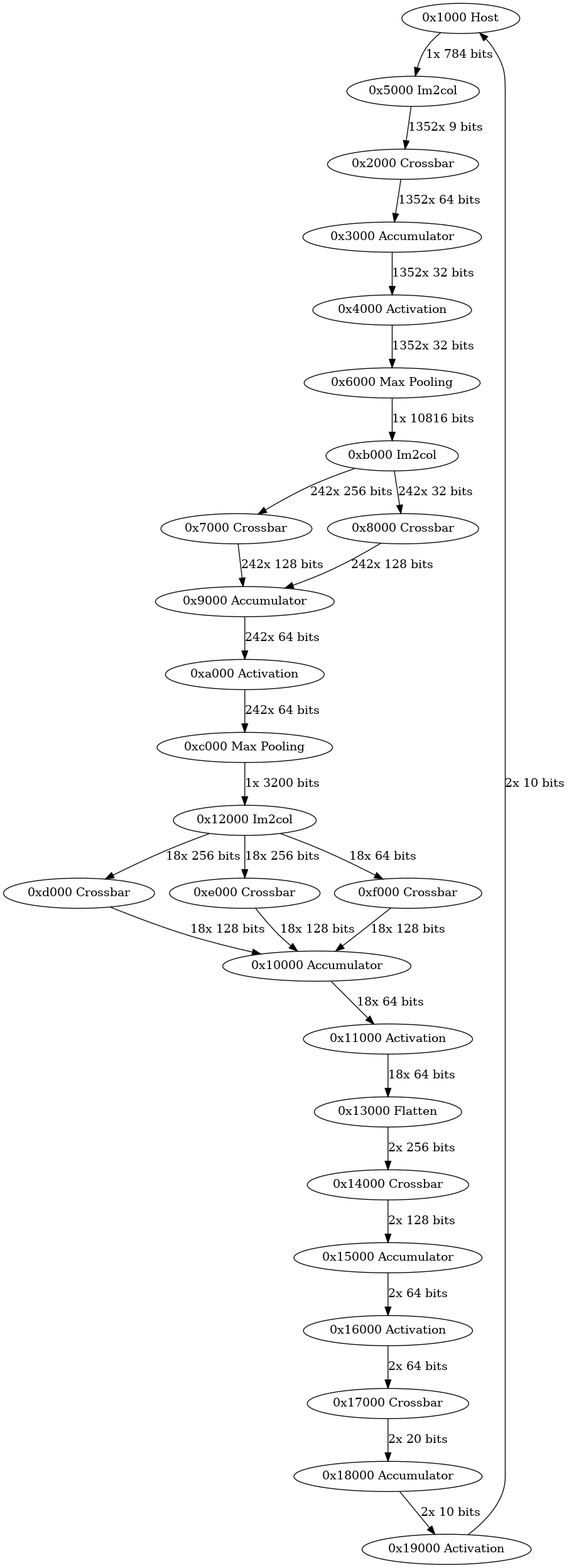
Before: network.png, a diagram exported from Graphviz (Zz-sev-point/IC_SIM). Its source is kept beside it as network.dot. Source of this version:
```dot
digraph InterconnectGraph {
  "0x1000 Host" -> "0x5000 Im2col" [label="1x 784 bits"];
  "0x5000 Im2col" -> "0x2000 Crossbar" [label="1352x 9 bits"];
  "0x2000 Crossbar" -> "0x3000 Accumulator" [label="1352x 64 bits"];
  "0x3000 Accumulator" -> "0x4000 Activation" [label="1352x 32 bits"];
  "0x4000 Activation" -> "0x6000 Max Pooling" [label="1352x 32 bits"];
  "0x6000 Max Pooling" -> "0xb000 Im2col" [label="1x 10816 bits"];
  "0xb000 Im2col" -> "0x7000 Crossbar" [label="242x 256 bits"];
  "0xb000 Im2col" -> "0x8000 Crossbar" [label="242x 32 bits"];
  "0x7000 Crossbar" -> "0x9000 Accumulator" [label="242x 128 bits"];
  "0x8000 Crossbar" -> "0x9000 Accumulator" [label="242x 128 bits"];
  "0x9000 Accumulator" -> "0xa000 Activation" [label="242x 64 bits"];
  "0xa000 Activation" -> "0xc000 Max Pooling" [label="242x 64 bits"];
  "0xc000 Max Pooling" -> "0x12000 Im2col" [label="1x 3200 bits"];
  "0x12000 Im2col" -> "0xd000 Crossbar" [label="18x 256 bits"];
  "0x12000 Im2col" -> "0xe000 Crossbar" [label="18x 256 bits"];
  "0x12000 Im2col" -> "0xf000 Crossbar" [label="18x 64 bits"];
  "0xd000 Crossbar" -> "0x10000 Accumulator" [label="18x 128 bits"];
  "0xe000 Crossbar" -> "0x10000 Accumulator" [label="18x 128 bits"];
  "0xf000 Crossbar" -> "0x10000 Accumulator" [label="18x 128 bits"];
  "0x10000 Accumulator" -> "0x11000 Activation" [label="18x 64 bits"];
  "0x11000 Activation" -> "0x13000 Flatten" [label="18x 64 bits"];
  "0x13000 Flatten" -> "0x14000 Crossbar" [label="2x 256 bits"];
  "0x14000 Crossbar" -> "0x15000 Accumulator" [label="2x 128 bits"];
  "0x15000 Accumulator" -> "0x16000 Activation" [label="2x 64 bits"];
  "0x16000 Activation" -> "0x17000 Crossbar" [label="2x 64 bits"];
  "0x17000 Crossbar" -> "0x18000 Accumulator" [label="2x 20 bits"];
  "0x18000 Accumulator" -> "0x19000 Activation" [label="2x 10 bits"];
  "0x19000 Activation" -> "0x1000 Host" [label="2x 10 bits"];
}
```
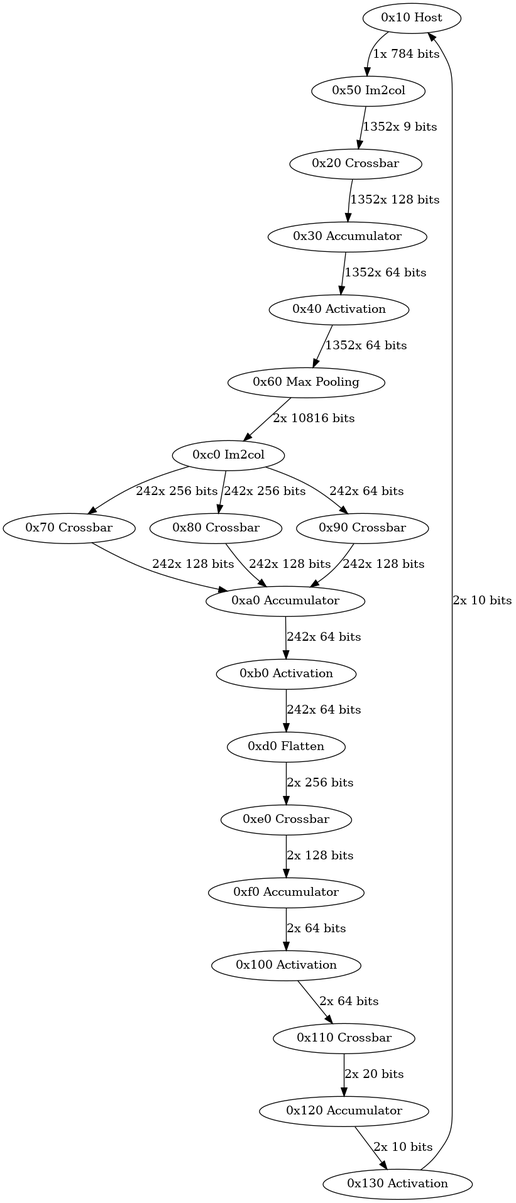
After the change.

Diff of the diagram source:
```diff
@@ -1,30 +1,23 @@
 digraph InterconnectGraph {
-  "0x1000 Host" -> "0x5000 Im2col" [label="1x 784 bits"];
-  "0x5000 Im2col" -> "0x2000 Crossbar" [label="1352x 9 bits"];
-  "0x2000 Crossbar" -> "0x3000 Accumulator" [label="1352x 64 bits"];
-  "0x3000 Accumulator" -> "0x4000 Activation" [label="1352x 32 bits"];
-  "0x4000 Activation" -> "0x6000 Max Pooling" [label="1352x 32 bits"];
-  "0x6000 Max Pooling" -> "0xb000 Im2col" [label="1x 10816 bits"];
-  "0xb000 Im2col" -> "0x7000 Crossbar" [label="242x 256 bits"];
-  "0xb000 Im2col" -> "0x8000 Crossbar" [label="242x 32 bits"];
-  "0x7000 Crossbar" -> "0x9000 Accumulator" [label="242x 128 bits"];
-  "0x8000 Crossbar" -> "0x9000 Accumulator" [label="242x 128 bits"];
-  "0x9000 Accumulator" -> "0xa000 Activation" [label="242x 64 bits"];
-  "0xa000 Activation" -> "0xc000 Max Pooling" [label="242x 64 bits"];
-  "0xc000 Max Pooling" -> "0x12000 Im2col" [label="1x 3200 bits"];
-  "0x12000 Im2col" -> "0xd000 Crossbar" [label="18x 256 bits"];
-  "0x12000 Im2col" -> "0xe000 Crossbar" [label="18x 256 bits"];
-  "0x12000 Im2col" -> "0xf000 Crossbar" [label="18x 64 bits"];
-  "0xd000 Crossbar" -> "0x10000 Accumulator" [label="18x 128 bits"];
-  "0xe000 Crossbar" -> "0x10000 Accumulator" [label="18x 128 bits"];
-  "0xf000 Crossbar" -> "0x10000 Accumulator" [label="18x 128 bits"];
-  "0x10000 Accumulator" -> "0x11000 Activation" [label="18x 64 bits"];
-  "0x11000 Activation" -> "0x13000 Flatten" [label="18x 64 bits"];
-  "0x13000 Flatten" -> "0x14000 Crossbar" [label="2x 256 bits"];
-  "0x14000 Crossbar" -> "0x15000 Accumulator" [label="2x 128 bits"];
-  "0x15000 Accumulator" -> "0x16000 Activation" [label="2x 64 bits"];
-  "0x16000 Activation" -> "0x17000 Crossbar" [label="2x 64 bits"];
-  "0x17000 Crossbar" -> "0x18000 Accumulator" [label="2x 20 bits"];
-  "0x18000 Accumulator" -> "0x19000 Activation" [label="2x 10 bits"];
-  "0x19000 Activation" -> "0x1000 Host" [label="2x 10 bits"];
+  "0x10 Host" -> "0x50 Im2col" [label="1x 784 bits"];
+  "0x50 Im2col" -> "0x20 Crossbar" [label="1352x 9 bits"];
+  "0x20 Crossbar" -> "0x30 Accumulator" [label="1352x 128 bits"];
+  "0x30 Accumulator" -> "0x40 Activation" [label="1352x 64 bits"];
+  "0x40 Activation" -> "0x60 Max Pooling" [label="1352x 64 bits"];
+  "0x60 Max Pooling" -> "0xc0 Im2col" [label="2x 10816 bits"];
+  "0xc0 Im2col" -> "0x70 Crossbar" [label="242x 256 bits"];
+  "0xc0 Im2col" -> "0x80 Crossbar" [label="242x 256 bits"];
+  "0xc0 Im2col" -> "0x90 Crossbar" [label="242x 64 bits"];
+  "0x70 Crossbar" -> "0xa0 Accumulator" [label="242x 128 bits"];
+  "0x80 Crossbar" -> "0xa0 Accumulator" [label="242x 128 bits"];
+  "0x90 Crossbar" -> "0xa0 Accumulator" [label="242x 128 bits"];
+  "0xa0 Accumulator" -> "0xb0 Activation" [label="242x 64 bits"];
+  "0xb0 Activation" -> "0xd0 Flatten" [label="242x 64 bits"];
+  "0xd0 Flatten" -> "0xe0 Crossbar" [label="2x 256 bits"];
+  "0xe0 Crossbar" -> "0xf0 Accumulator" [label="2x 128 bits"];
+  "0xf0 Accumulator" -> "0x100 Activation" [label="2x 64 bits"];
+  "0x100 Activation" -> "0x110 Crossbar" [label="2x 64 bits"];
+  "0x110 Crossbar" -> "0x120 Accumulator" [label="2x 20 bits"];
+  "0x120 Accumulator" -> "0x130 Activation" [label="2x 10 bits"];
+  "0x130 Activation" -> "0x10 Host" [label="2x 10 bits"];
 }
```
